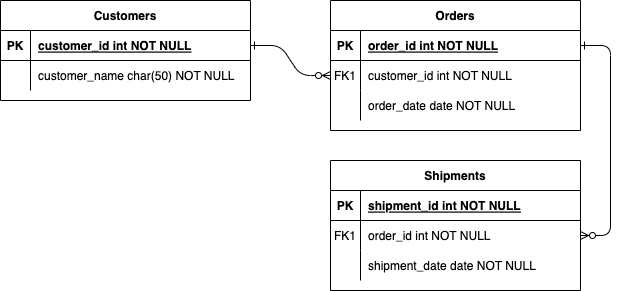
This is tableForShopProject.drawio.png from kitarooo/neobis_, a draw.io export, as it was before one commit. Source tidied: cells renumbered, new cells last; positions are measured from the earlier drawing's top-left corner, leaving out a move shared by most shapes. The source it was exported from:
```xml
<mxGraphModel>
  <root>
    <mxCell id="0" />
    <mxCell id="1" parent="0" />
    <mxCell id="2" style="edgeStyle=entityRelationEdgeStyle;endArrow=ERzeroToMany;startArrow=ERone;endFill=1;startFill=0;" parent="1" edge="1" source="25" target="8">
      <mxGeometry relative="1" as="geometry" />
    </mxCell>
    <mxCell id="3" style="edgeStyle=entityRelationEdgeStyle;endArrow=ERzeroToMany;startArrow=ERone;endFill=1;startFill=0;" parent="1" edge="1" source="5" target="18">
      <mxGeometry relative="1" as="geometry" />
    </mxCell>
    <mxCell id="4" value="Orders" style="shape=table;startSize=30;rowLines=0;fontStyle=1;align=center;" parent="1" vertex="1">
      <mxGeometry x="330" width="250" height="130" as="geometry" />
    </mxCell>
    <mxCell id="5" style="shape=partialRectangle;fillColor=none;points=[[0,0.5],[1,0.5]];portConstraint=eastwest;top=0;left=0;right=0;bottom=1;" parent="4" vertex="1">
      <mxGeometry y="30" width="250" height="30" as="geometry" />
    </mxCell>
    <mxCell id="6" value="PK" style="shape=partialRectangle;overflow=hidden;fillColor=none;top=0;left=0;bottom=0;right=0;fontStyle=1;" parent="5" vertex="1">
      <mxGeometry width="30" height="30" as="geometry" />
    </mxCell>
    <mxCell id="7" value="order_id int NOT NULL " style="shape=partialRectangle;overflow=hidden;fillColor=none;top=0;left=0;bottom=0;right=0;align=left;spacingLeft=6;fontStyle=5;" parent="5" vertex="1">
      <mxGeometry x="30" width="220" height="30" as="geometry" />
    </mxCell>
    <mxCell id="8" style="shape=partialRectangle;fillColor=none;points=[[0,0.5],[1,0.5]];portConstraint=eastwest;top=0;left=0;right=0;bottom=0;" parent="4" vertex="1">
      <mxGeometry y="60" width="250" height="30" as="geometry" />
    </mxCell>
    <mxCell id="9" value="FK1" style="shape=partialRectangle;overflow=hidden;fillColor=none;top=0;left=0;bottom=0;right=0;" parent="8" vertex="1">
      <mxGeometry width="30" height="30" as="geometry" />
    </mxCell>
    <mxCell id="10" value="customer_id int NOT NULL" style="shape=partialRectangle;overflow=hidden;fillColor=none;top=0;left=0;bottom=0;right=0;align=left;spacingLeft=6;" parent="8" vertex="1">
      <mxGeometry x="30" width="220" height="30" as="geometry" />
    </mxCell>
    <mxCell id="11" style="shape=partialRectangle;fillColor=none;top=0;left=0;right=0;bottom=0;" parent="4" vertex="1">
      <mxGeometry y="90" width="250" height="30" as="geometry" />
    </mxCell>
    <mxCell id="12" style="shape=partialRectangle;overflow=hidden;fillColor=none;top=0;left=0;bottom=0;right=0;" parent="11" vertex="1">
      <mxGeometry width="30" height="30" as="geometry" />
    </mxCell>
    <mxCell id="13" value="order_date date NOT NULL" style="shape=partialRectangle;overflow=hidden;fillColor=none;top=0;left=0;bottom=0;right=0;align=left;spacingLeft=6;" parent="11" vertex="1">
      <mxGeometry x="30" width="220" height="30" as="geometry" />
    </mxCell>
    <mxCell id="14" value="Shipments" style="shape=table;startSize=30;rowLines=0;fontStyle=1;align=center;" parent="1" vertex="1">
      <mxGeometry x="330" y="160" width="250" height="130" as="geometry" />
    </mxCell>
    <mxCell id="15" style="shape=partialRectangle;fillColor=none;top=0;left=0;right=0;bottom=1;" parent="14" vertex="1">
      <mxGeometry y="30" width="250" height="30" as="geometry" />
    </mxCell>
    <mxCell id="16" value="PK" style="shape=partialRectangle;overflow=hidden;fillColor=none;top=0;left=0;bottom=0;right=0;fontStyle=1;" parent="15" vertex="1">
      <mxGeometry width="30" height="30" as="geometry" />
    </mxCell>
    <mxCell id="17" value="shipment_id int NOT NULL " style="shape=partialRectangle;overflow=hidden;fillColor=none;top=0;left=0;bottom=0;right=0;align=left;spacingLeft=6;fontStyle=5;" parent="15" vertex="1">
      <mxGeometry x="30" width="220" height="30" as="geometry" />
    </mxCell>
    <mxCell id="18" style="shape=partialRectangle;fillColor=none;points=[[0,0.5],[1,0.5]];portConstraint=eastwest;top=0;left=0;right=0;bottom=0;" parent="14" vertex="1">
      <mxGeometry y="60" width="250" height="30" as="geometry" />
    </mxCell>
    <mxCell id="19" value="FK1" style="shape=partialRectangle;overflow=hidden;fillColor=none;top=0;left=0;bottom=0;right=0;" parent="18" vertex="1">
      <mxGeometry width="30" height="30" as="geometry" />
    </mxCell>
    <mxCell id="20" value="order_id int NOT NULL" style="shape=partialRectangle;overflow=hidden;fillColor=none;top=0;left=0;bottom=0;right=0;align=left;spacingLeft=6;" parent="18" vertex="1">
      <mxGeometry x="30" width="220" height="30" as="geometry" />
    </mxCell>
    <mxCell id="21" style="shape=partialRectangle;fillColor=none;top=0;left=0;right=0;bottom=0;" parent="14" vertex="1">
      <mxGeometry y="90" width="250" height="30" as="geometry" />
    </mxCell>
    <mxCell id="22" style="shape=partialRectangle;overflow=hidden;fillColor=none;top=0;left=0;bottom=0;right=0;" parent="21" vertex="1">
      <mxGeometry width="30" height="30" as="geometry" />
    </mxCell>
    <mxCell id="23" value="shipment_date date NOT NULL" style="shape=partialRectangle;overflow=hidden;fillColor=none;top=0;left=0;bottom=0;right=0;align=left;spacingLeft=6;" parent="21" vertex="1">
      <mxGeometry x="30" width="220" height="30" as="geometry" />
    </mxCell>
    <mxCell id="24" value="Customers" style="shape=table;startSize=30;rowLines=0;fontStyle=1;align=center;" parent="1" vertex="1">
      <mxGeometry width="250" height="100" as="geometry" />
    </mxCell>
    <mxCell id="25" style="shape=partialRectangle;fillColor=none;points=[[0,0.5],[1,0.5]];portConstraint=eastwest;top=0;left=0;right=0;bottom=1;" parent="24" vertex="1">
      <mxGeometry y="30" width="250" height="30" as="geometry" />
    </mxCell>
    <mxCell id="26" value="PK" style="shape=partialRectangle;overflow=hidden;fillColor=none;top=0;left=0;bottom=0;right=0;fontStyle=1;" parent="25" vertex="1">
      <mxGeometry width="30" height="30" as="geometry" />
    </mxCell>
    <mxCell id="27" value="customer_id int NOT NULL " style="shape=partialRectangle;overflow=hidden;fillColor=none;top=0;left=0;bottom=0;right=0;align=left;spacingLeft=6;fontStyle=5;" parent="25" vertex="1">
      <mxGeometry x="30" width="220" height="30" as="geometry" />
    </mxCell>
    <mxCell id="28" style="shape=partialRectangle;fillColor=none;top=0;left=0;right=0;bottom=0;" parent="24" vertex="1">
      <mxGeometry y="60" width="250" height="30" as="geometry" />
    </mxCell>
    <mxCell id="29" style="shape=partialRectangle;overflow=hidden;fillColor=none;top=0;left=0;bottom=0;right=0;" parent="28" vertex="1">
      <mxGeometry width="30" height="30" as="geometry" />
    </mxCell>
    <mxCell id="30" value="customer_name char(50) NOT NULL" style="shape=partialRectangle;overflow=hidden;fillColor=none;top=0;left=0;bottom=0;right=0;align=left;spacingLeft=6;" parent="28" vertex="1">
      <mxGeometry x="30" width="220" height="30" as="geometry" />
    </mxCell>
  </root>
</mxGraphModel>
```
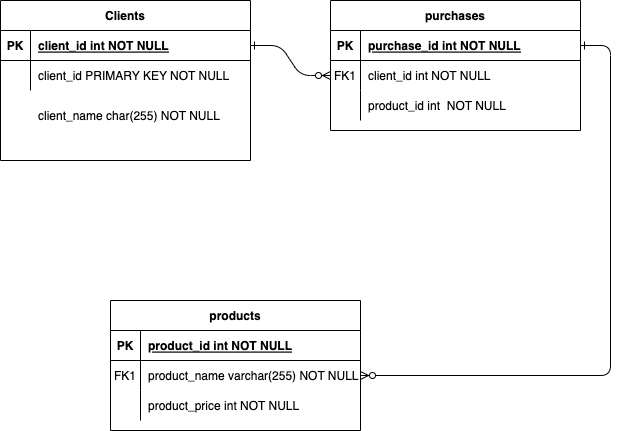
After the commit.

What changed in the source:
```diff
@@ -8,7 +8,7 @@
     <mxCell id="3" style="edgeStyle=entityRelationEdgeStyle;endArrow=ERzeroToMany;startArrow=ERone;endFill=1;startFill=0;" parent="1" edge="1" source="5" target="18">
       <mxGeometry relative="1" as="geometry" />
     </mxCell>
-    <mxCell id="4" value="Orders" style="shape=table;startSize=30;rowLines=0;fontStyle=1;align=center;" parent="1" vertex="1">
+    <mxCell id="4" value="purchases" style="shape=table;startSize=30;rowLines=0;fontStyle=1;align=center;" parent="1" vertex="1">
       <mxGeometry x="330" width="250" height="130" as="geometry" />
     </mxCell>
     <mxCell id="5" style="shape=partialRectangle;fillColor=none;points=[[0,0.5],[1,0.5]];portConstraint=eastwest;top=0;left=0;right=0;bottom=1;" parent="4" vertex="1">
@@ -17,7 +17,7 @@
     <mxCell id="6" value="PK" style="shape=partialRectangle;overflow=hidden;fillColor=none;top=0;left=0;bottom=0;right=0;fontStyle=1;" parent="5" vertex="1">
       <mxGeometry width="30" height="30" as="geometry" />
     </mxCell>
-    <mxCell id="7" value="order_id int NOT NULL " style="shape=partialRectangle;overflow=hidden;fillColor=none;top=0;left=0;bottom=0;right=0;align=left;spacingLeft=6;fontStyle=5;" parent="5" vertex="1">
+    <mxCell id="7" value="purchase_id int NOT NULL " style="shape=partialRectangle;overflow=hidden;fillColor=none;top=0;left=0;bottom=0;right=0;align=left;spacingLeft=6;fontStyle=5;" parent="5" vertex="1">
       <mxGeometry x="30" width="220" height="30" as="geometry" />
     </mxCell>
     <mxCell id="8" style="shape=partialRectangle;fillColor=none;points=[[0,0.5],[1,0.5]];portConstraint=eastwest;top=0;left=0;right=0;bottom=0;" parent="4" vertex="1">
@@ -26,7 +26,7 @@
     <mxCell id="9" value="FK1" style="shape=partialRectangle;overflow=hidden;fillColor=none;top=0;left=0;bottom=0;right=0;" parent="8" vertex="1">
       <mxGeometry width="30" height="30" as="geometry" />
     </mxCell>
-    <mxCell id="10" value="customer_id int NOT NULL" style="shape=partialRectangle;overflow=hidden;fillColor=none;top=0;left=0;bottom=0;right=0;align=left;spacingLeft=6;" parent="8" vertex="1">
+    <mxCell id="10" value="client_id int NOT NULL" style="shape=partialRectangle;overflow=hidden;fillColor=none;top=0;left=0;bottom=0;right=0;align=left;spacingLeft=6;" parent="8" vertex="1">
       <mxGeometry x="30" width="220" height="30" as="geometry" />
     </mxCell>
     <mxCell id="11" style="shape=partialRectangle;fillColor=none;top=0;left=0;right=0;bottom=0;" parent="4" vertex="1">
@@ -35,11 +35,11 @@
     <mxCell id="12" style="shape=partialRectangle;overflow=hidden;fillColor=none;top=0;left=0;bottom=0;right=0;" parent="11" vertex="1">
       <mxGeometry width="30" height="30" as="geometry" />
     </mxCell>
-    <mxCell id="13" value="order_date date NOT NULL" style="shape=partialRectangle;overflow=hidden;fillColor=none;top=0;left=0;bottom=0;right=0;align=left;spacingLeft=6;" parent="11" vertex="1">
+    <mxCell id="13" value="product_id int  NOT NULL" style="shape=partialRectangle;overflow=hidden;fillColor=none;top=0;left=0;bottom=0;right=0;align=left;spacingLeft=6;" parent="11" vertex="1">
       <mxGeometry x="30" width="220" height="30" as="geometry" />
     </mxCell>
-    <mxCell id="14" value="Shipments" style="shape=table;startSize=30;rowLines=0;fontStyle=1;align=center;" parent="1" vertex="1">
-      <mxGeometry x="330" y="160" width="250" height="130" as="geometry" />
+    <mxCell id="14" value="products" style="shape=table;startSize=30;rowLines=0;fontStyle=1;align=center;" parent="1" vertex="1">
+      <mxGeometry x="110" y="300" width="250" height="130" as="geometry" />
     </mxCell>
     <mxCell id="15" style="shape=partialRectangle;fillColor=none;top=0;left=0;right=0;bottom=1;" parent="14" vertex="1">
       <mxGeometry y="30" width="250" height="30" as="geometry" />
@@ -47,7 +47,7 @@
     <mxCell id="16" value="PK" style="shape=partialRectangle;overflow=hidden;fillColor=none;top=0;left=0;bottom=0;right=0;fontStyle=1;" parent="15" vertex="1">
       <mxGeometry width="30" height="30" as="geometry" />
     </mxCell>
-    <mxCell id="17" value="shipment_id int NOT NULL " style="shape=partialRectangle;overflow=hidden;fillColor=none;top=0;left=0;bottom=0;right=0;align=left;spacingLeft=6;fontStyle=5;" parent="15" vertex="1">
+    <mxCell id="17" value="product_id int NOT NULL " style="shape=partialRectangle;overflow=hidden;fillColor=none;top=0;left=0;bottom=0;right=0;align=left;spacingLeft=6;fontStyle=5;" parent="15" vertex="1">
       <mxGeometry x="30" width="220" height="30" as="geometry" />
     </mxCell>
     <mxCell id="18" style="shape=partialRectangle;fillColor=none;points=[[0,0.5],[1,0.5]];portConstraint=eastwest;top=0;left=0;right=0;bottom=0;" parent="14" vertex="1">
@@ -56,7 +56,7 @@
     <mxCell id="19" value="FK1" style="shape=partialRectangle;overflow=hidden;fillColor=none;top=0;left=0;bottom=0;right=0;" parent="18" vertex="1">
       <mxGeometry width="30" height="30" as="geometry" />
     </mxCell>
-    <mxCell id="20" value="order_id int NOT NULL" style="shape=partialRectangle;overflow=hidden;fillColor=none;top=0;left=0;bottom=0;right=0;align=left;spacingLeft=6;" parent="18" vertex="1">
+    <mxCell id="20" value="product_name varchar(255) NOT NULL" style="shape=partialRectangle;overflow=hidden;fillColor=none;top=0;left=0;bottom=0;right=0;align=left;spacingLeft=6;" parent="18" vertex="1">
       <mxGeometry x="30" width="220" height="30" as="geometry" />
     </mxCell>
     <mxCell id="21" style="shape=partialRectangle;fillColor=none;top=0;left=0;right=0;bottom=0;" parent="14" vertex="1">
@@ -65,11 +65,11 @@
     <mxCell id="22" style="shape=partialRectangle;overflow=hidden;fillColor=none;top=0;left=0;bottom=0;right=0;" parent="21" vertex="1">
       <mxGeometry width="30" height="30" as="geometry" />
     </mxCell>
-    <mxCell id="23" value="shipment_date date NOT NULL" style="shape=partialRectangle;overflow=hidden;fillColor=none;top=0;left=0;bottom=0;right=0;align=left;spacingLeft=6;" parent="21" vertex="1">
+    <mxCell id="23" value="product_price int NOT NULL" style="shape=partialRectangle;overflow=hidden;fillColor=none;top=0;left=0;bottom=0;right=0;align=left;spacingLeft=6;" parent="21" vertex="1">
       <mxGeometry x="30" width="220" height="30" as="geometry" />
     </mxCell>
-    <mxCell id="24" value="Customers" style="shape=table;startSize=30;rowLines=0;fontStyle=1;align=center;" parent="1" vertex="1">
-      <mxGeometry width="250" height="100" as="geometry" />
+    <mxCell id="24" value="Clients" style="shape=table;startSize=30;rowLines=0;fontStyle=1;align=center;" parent="1" vertex="1">
+      <mxGeometry width="250" height="160" as="geometry" />
     </mxCell>
     <mxCell id="25" style="shape=partialRectangle;fillColor=none;points=[[0,0.5],[1,0.5]];portConstraint=eastwest;top=0;left=0;right=0;bottom=1;" parent="24" vertex="1">
       <mxGeometry y="30" width="250" height="30" as="geometry" />
@@ -77,7 +77,7 @@
     <mxCell id="26" value="PK" style="shape=partialRectangle;overflow=hidden;fillColor=none;top=0;left=0;bottom=0;right=0;fontStyle=1;" parent="25" vertex="1">
       <mxGeometry width="30" height="30" as="geometry" />
     </mxCell>
-    <mxCell id="27" value="customer_id int NOT NULL " style="shape=partialRectangle;overflow=hidden;fillColor=none;top=0;left=0;bottom=0;right=0;align=left;spacingLeft=6;fontStyle=5;" parent="25" vertex="1">
+    <mxCell id="27" value="client_id int NOT NULL " style="shape=partialRectangle;overflow=hidden;fillColor=none;top=0;left=0;bottom=0;right=0;align=left;spacingLeft=6;fontStyle=5;" parent="25" vertex="1">
       <mxGeometry x="30" width="220" height="30" as="geometry" />
     </mxCell>
     <mxCell id="28" style="shape=partialRectangle;fillColor=none;top=0;left=0;right=0;bottom=0;" parent="24" vertex="1">
@@ -86,8 +86,11 @@
     <mxCell id="29" style="shape=partialRectangle;overflow=hidden;fillColor=none;top=0;left=0;bottom=0;right=0;" parent="28" vertex="1">
       <mxGeometry width="30" height="30" as="geometry" />
     </mxCell>
-    <mxCell id="30" value="customer_name char(50) NOT NULL" style="shape=partialRectangle;overflow=hidden;fillColor=none;top=0;left=0;bottom=0;right=0;align=left;spacingLeft=6;" parent="28" vertex="1">
+    <mxCell id="30" value="client_id PRIMARY KEY NOT NULL" style="shape=partialRectangle;overflow=hidden;fillColor=none;top=0;left=0;bottom=0;right=0;align=left;spacingLeft=6;" parent="28" vertex="1">
       <mxGeometry x="30" width="220" height="30" as="geometry" />
     </mxCell>
+    <mxCell id="31" value="client_name char(255) NOT NULL" style="shape=partialRectangle;overflow=hidden;fillColor=none;top=0;left=0;bottom=0;right=0;align=left;spacingLeft=6;" parent="1" vertex="1">
+      <mxGeometry x="30" y="100" width="220" height="30" as="geometry" />
+    </mxCell>
   </root>
 </mxGraphModel>
```
